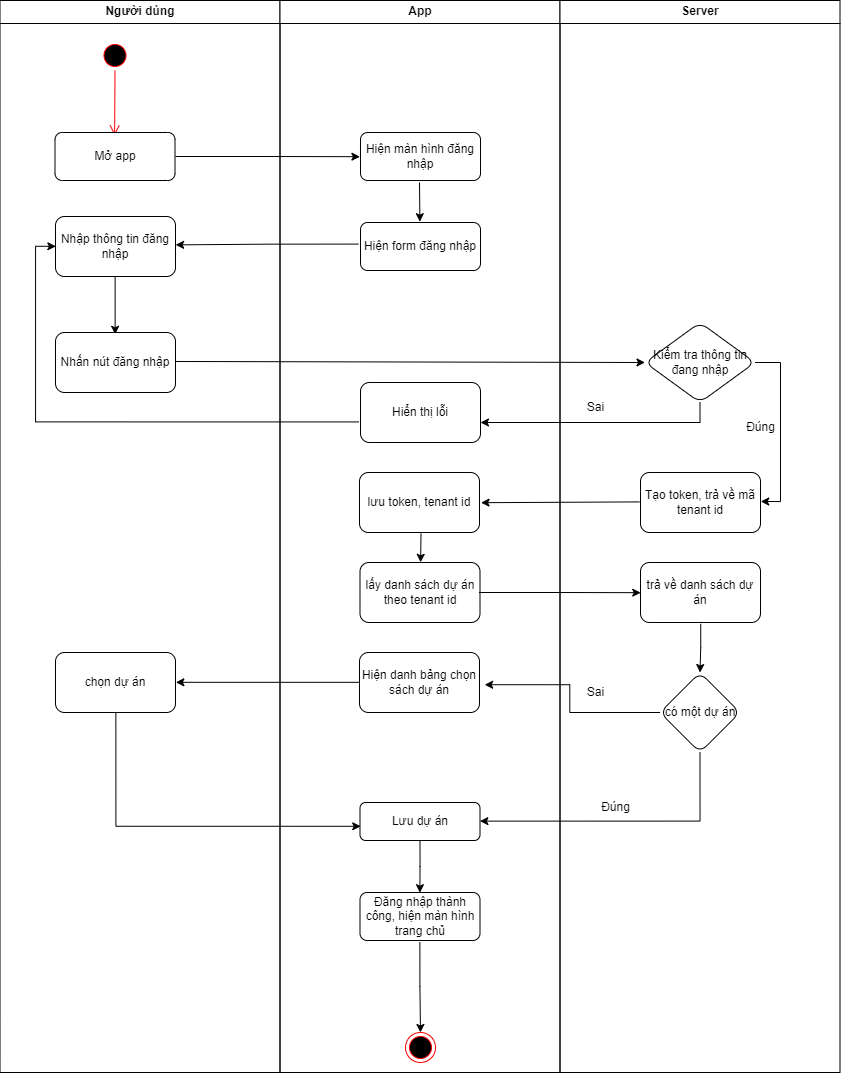
kienndhn/draw-io keeps this draw.io diagram as activity diagram/login activity.drawio.png. Above is the earlier version. Source tidied: cells renumbered, new cells last; positions are measured from the earlier drawing's top-left corner, leaving out a move shared by most shapes. The source it was exported from:
```xml
<mxGraphModel>
  <root>
    <mxCell id="0" />
    <mxCell id="1" parent="0" />
    <mxCell id="2" value="Người dùng" style="swimlane;whiteSpace=wrap;" parent="1" vertex="1">
      <mxGeometry x="0.5" width="280" height="1072" as="geometry" />
    </mxCell>
    <mxCell id="3" style="ellipse;shape=startState;fillColor=#000000;strokeColor=#ff0000;" parent="2" vertex="1">
      <mxGeometry x="100" y="40" width="30" height="30" as="geometry" />
    </mxCell>
    <mxCell id="4" style="edgeStyle=elbowEdgeStyle;elbow=horizontal;verticalAlign=bottom;endArrow=open;endSize=8;strokeColor=#FF0000;endFill=1;rounded=0;" parent="2" edge="1" source="3">
      <mxGeometry x="100" y="40" as="geometry">
        <mxPoint x="115" y="135" as="targetPoint" />
      </mxGeometry>
    </mxCell>
    <mxCell id="5" value="Mở app" style="rounded=1;whiteSpace=wrap;html=1;" parent="2" vertex="1">
      <mxGeometry x="55" y="132" width="120" height="48" as="geometry" />
    </mxCell>
    <mxCell id="6" style="edgeStyle=orthogonalEdgeStyle;rounded=0;jettySize=auto;html=1;entryX=0.497;entryY=0.03;entryDx=0;entryDy=0;entryPerimeter=0;exitX=0.497;exitY=1.003;exitDx=0;exitDy=0;exitPerimeter=0;" parent="2" edge="1" source="7" target="8">
      <mxGeometry relative="1" as="geometry" />
    </mxCell>
    <mxCell id="7" value="Nhập thông tin đăng nhập" style="rounded=1;whiteSpace=wrap;html=1;" parent="2" vertex="1">
      <mxGeometry x="55.5" y="216" width="120" height="60" as="geometry" />
    </mxCell>
    <mxCell id="8" value="Nhấn nút đăng nhập" style="rounded=1;whiteSpace=wrap;html=1;" parent="2" vertex="1">
      <mxGeometry x="55.5" y="332" width="120" height="60" as="geometry" />
    </mxCell>
    <mxCell id="9" value="chọn dự án" style="rounded=1;whiteSpace=wrap;html=1;" parent="2" vertex="1">
      <mxGeometry x="55.5" y="652" width="120" height="60" as="geometry" />
    </mxCell>
    <mxCell id="10" value="App" style="swimlane;whiteSpace=wrap;" parent="1" vertex="1">
      <mxGeometry x="280.5" width="280" height="1072" as="geometry" />
    </mxCell>
    <mxCell id="11" style="edgeStyle=orthogonalEdgeStyle;rounded=0;jettySize=auto;html=1;entryX=0.495;entryY=-0.017;entryDx=0;entryDy=0;entryPerimeter=0;" parent="10" edge="1" target="13">
      <mxGeometry relative="1" as="geometry">
        <mxPoint x="139.5" y="182" as="sourcePoint" />
      </mxGeometry>
    </mxCell>
    <mxCell id="12" value="Hiện màn hình đăng nhập" style="rounded=1;whiteSpace=wrap;html=1;" parent="10" vertex="1">
      <mxGeometry x="80.5" y="132" width="120" height="48" as="geometry" />
    </mxCell>
    <mxCell id="13" value="Hiện form đăng nhập" style="rounded=1;whiteSpace=wrap;html=1;fillColor=rgb(255, 255, 255);strokeColor=rgb(0, 0, 0);fontColor=rgb(0, 0, 0);" parent="10" vertex="1">
      <mxGeometry x="80.5" y="222" width="120" height="48" as="geometry" />
    </mxCell>
    <mxCell id="14" style="edgeStyle=orthogonalEdgeStyle;rounded=0;jettySize=auto;html=1;entryX=0.505;entryY=-0.003;entryDx=0;entryDy=0;entryPerimeter=0;" parent="10" edge="1" target="16">
      <mxGeometry relative="1" as="geometry">
        <mxPoint x="141" y="533" as="sourcePoint" />
      </mxGeometry>
    </mxCell>
    <mxCell id="15" value="lưu token, tenant id" style="rounded=1;whiteSpace=wrap;html=1;" parent="10" vertex="1">
      <mxGeometry x="79.5" y="472" width="120" height="60" as="geometry" />
    </mxCell>
    <mxCell id="16" value="lấy danh sách dự án theo tenant id" style="rounded=1;whiteSpace=wrap;html=1;" parent="10" vertex="1">
      <mxGeometry x="80" y="562" width="120" height="60" as="geometry" />
    </mxCell>
    <mxCell id="17" style="edgeStyle=orthogonalEdgeStyle;rounded=0;jettySize=auto;html=1;entryX=0.499;entryY=0.004;entryDx=0;entryDy=0;entryPerimeter=0;" parent="10" edge="1" source="18" target="19">
      <mxGeometry relative="1" as="geometry" />
    </mxCell>
    <mxCell id="18" value="Lưu dự án" style="rounded=1;whiteSpace=wrap;html=1;" parent="10" vertex="1">
      <mxGeometry x="80" y="802" width="120" height="38" as="geometry" />
    </mxCell>
    <mxCell id="19" value="Đăng nhập thành công, hiện màn hình trang chủ" style="rounded=1;whiteSpace=wrap;html=1;fillColor=rgb(255, 255, 255);strokeColor=rgb(0, 0, 0);fontColor=rgb(0, 0, 0);" parent="10" vertex="1">
      <mxGeometry x="80" y="892" width="120" height="48" as="geometry" />
    </mxCell>
    <mxCell id="20" value="Hiện danh bảng chọn sách dự án" style="rounded=1;whiteSpace=wrap;html=1;" parent="10" vertex="1">
      <mxGeometry x="79.5" y="652" width="120" height="60" as="geometry" />
    </mxCell>
    <mxCell id="21" value="Hiển thị lỗi" style="whiteSpace=wrap;html=1;rounded=1;" parent="10" vertex="1">
      <mxGeometry x="80.5" y="382" width="120" height="60" as="geometry" />
    </mxCell>
    <mxCell id="22" style="ellipse;html=1;shape=endState;fillColor=#000000;strokeColor=#ff0000;rounded=1;" parent="10" vertex="1">
      <mxGeometry x="125.5" y="1032" width="30" height="30" as="geometry" />
    </mxCell>
    <mxCell id="23" style="edgeStyle=orthogonalEdgeStyle;rounded=0;jettySize=auto;html=1;entryX=0.5;entryY=0;entryDx=0;entryDy=0;exitX=0.499;exitY=1.037;exitDx=0;exitDy=0;exitPerimeter=0;" parent="10" edge="1" source="19" target="22">
      <mxGeometry relative="1" as="geometry" />
    </mxCell>
    <mxCell id="24" value="Server" style="swimlane;whiteSpace=wrap;" parent="1" vertex="1">
      <mxGeometry x="560.5" width="280" height="1072" as="geometry" />
    </mxCell>
    <mxCell id="25" style="edgeStyle=orthogonalEdgeStyle;rounded=0;jettySize=auto;html=1;entryX=1.002;entryY=0.483;entryDx=0;entryDy=0;entryPerimeter=0;exitX=1;exitY=0.5;exitDx=0;exitDy=0;" parent="24" edge="1" source="26" target="27">
      <mxGeometry relative="1" as="geometry" />
    </mxCell>
    <mxCell id="26" value="Kiểm tra thông tin đang nhập" style="rhombus;whiteSpace=wrap;html=1;fillColor=rgb(255, 255, 255);strokeColor=rgb(0, 0, 0);fontColor=rgb(0, 0, 0);rounded=1;" parent="24" vertex="1">
      <mxGeometry x="85" y="322" width="110" height="80" as="geometry" />
    </mxCell>
    <mxCell id="27" value="Tạo token, trả về mã tenant id" style="rounded=1;whiteSpace=wrap;html=1;" parent="24" vertex="1">
      <mxGeometry x="80.5" y="472" width="120" height="60" as="geometry" />
    </mxCell>
    <mxCell id="28" value="Đúng" style="text;html=1;align=center;verticalAlign=middle;strokeColor=none;fillColor=none;" parent="24" vertex="1">
      <mxGeometry x="175.5" y="412" width="50" height="30" as="geometry" />
    </mxCell>
    <mxCell id="29" style="edgeStyle=orthogonalEdgeStyle;rounded=0;jettySize=auto;html=1;entryX=0.5;entryY=0;entryDx=0;entryDy=0;exitX=0.502;exitY=1.023;exitDx=0;exitDy=0;exitPerimeter=0;" parent="24" edge="1" source="30" target="31">
      <mxGeometry relative="1" as="geometry" />
    </mxCell>
    <mxCell id="30" value="trả về danh sách dự án" style="rounded=1;whiteSpace=wrap;html=1;" parent="24" vertex="1">
      <mxGeometry x="80.5" y="562" width="120" height="60" as="geometry" />
    </mxCell>
    <mxCell id="31" value="có một dự án" style="rhombus;whiteSpace=wrap;html=1;rounded=1;" parent="24" vertex="1">
      <mxGeometry x="100" y="672" width="80" height="80" as="geometry" />
    </mxCell>
    <mxCell id="32" value="Đúng" style="text;html=1;align=center;verticalAlign=middle;strokeColor=none;fillColor=none;" parent="24" vertex="1">
      <mxGeometry x="30.5" y="792" width="50" height="30" as="geometry" />
    </mxCell>
    <mxCell id="33" value="Sai" style="text;html=1;align=center;verticalAlign=middle;strokeColor=none;fillColor=none;" parent="24" vertex="1">
      <mxGeometry x="15.5" y="392" width="40" height="30" as="geometry" />
    </mxCell>
    <mxCell id="34" style="edgeStyle=orthogonalEdgeStyle;rounded=0;jettySize=auto;html=1;entryX=-0.005;entryY=0.504;entryDx=0;entryDy=0;entryPerimeter=0;" parent="1" edge="1" target="12">
      <mxGeometry relative="1" as="geometry">
        <mxPoint x="176" y="156" as="sourcePoint" />
      </mxGeometry>
    </mxCell>
    <mxCell id="35" style="edgeStyle=orthogonalEdgeStyle;rounded=0;jettySize=auto;html=1;entryX=1.001;entryY=0.473;entryDx=0;entryDy=0;entryPerimeter=0;exitX=-0.018;exitY=0.45;exitDx=0;exitDy=0;exitPerimeter=0;" parent="1" edge="1" source="13" target="7">
      <mxGeometry relative="1" as="geometry" />
    </mxCell>
    <mxCell id="36" style="rounded=0;jettySize=auto;html=1;entryX=0;entryY=0.5;entryDx=0;entryDy=0;exitX=0.997;exitY=0.483;exitDx=0;exitDy=0;exitPerimeter=0;" parent="1" edge="1" source="8" target="26">
      <mxGeometry relative="1" as="geometry" />
    </mxCell>
    <mxCell id="37" style="edgeStyle=none;rounded=0;jettySize=auto;html=1;exitX=-0.007;exitY=0.49;exitDx=0;exitDy=0;exitPerimeter=0;entryX=1.013;entryY=0.503;entryDx=0;entryDy=0;entryPerimeter=0;" parent="1" edge="1" source="27" target="15">
      <mxGeometry relative="1" as="geometry" />
    </mxCell>
    <mxCell id="38" style="edgeStyle=orthogonalEdgeStyle;rounded=0;jettySize=auto;html=1;exitX=0.992;exitY=0.5;exitDx=0;exitDy=0;exitPerimeter=0;entryX=0.002;entryY=0.503;entryDx=0;entryDy=0;entryPerimeter=0;" parent="1" edge="1" source="16" target="30">
      <mxGeometry relative="1" as="geometry" />
    </mxCell>
    <mxCell id="39" style="edgeStyle=orthogonalEdgeStyle;rounded=0;jettySize=auto;html=1;entryX=0.999;entryY=0.49;entryDx=0;entryDy=0;entryPerimeter=0;exitX=0.5;exitY=1;exitDx=0;exitDy=0;" parent="1" edge="1" source="31" target="18">
      <mxGeometry relative="1" as="geometry" />
    </mxCell>
    <mxCell id="40" style="edgeStyle=orthogonalEdgeStyle;rounded=0;jettySize=auto;html=1;exitX=0;exitY=0.5;exitDx=0;exitDy=0;entryX=1.043;entryY=0.537;entryDx=0;entryDy=0;entryPerimeter=0;" parent="1" edge="1" source="31" target="20">
      <mxGeometry relative="1" as="geometry" />
    </mxCell>
    <mxCell id="41" style="edgeStyle=orthogonalEdgeStyle;rounded=0;jettySize=auto;html=1;entryX=1.003;entryY=0.497;entryDx=0;entryDy=0;entryPerimeter=0;exitX=0.003;exitY=0.497;exitDx=0;exitDy=0;exitPerimeter=0;" parent="1" edge="1" source="20" target="9">
      <mxGeometry relative="1" as="geometry" />
    </mxCell>
    <mxCell id="42" style="edgeStyle=orthogonalEdgeStyle;rounded=0;jettySize=auto;html=1;entryX=0.006;entryY=0.626;entryDx=0;entryDy=0;entryPerimeter=0;exitX=0.503;exitY=1.003;exitDx=0;exitDy=0;exitPerimeter=0;" parent="1" edge="1" source="9" target="18">
      <mxGeometry relative="1" as="geometry" />
    </mxCell>
    <mxCell id="43" value="Sai" style="text;html=1;align=center;verticalAlign=middle;strokeColor=none;fillColor=none;" parent="1" vertex="1">
      <mxGeometry x="576" y="677" width="40" height="30" as="geometry" />
    </mxCell>
    <mxCell id="44" style="edgeStyle=orthogonalEdgeStyle;rounded=0;jettySize=auto;html=1;exitX=0.5;exitY=1;exitDx=0;exitDy=0;" parent="1" edge="1" source="26">
      <mxGeometry relative="1" as="geometry">
        <mxPoint x="481" y="422" as="targetPoint" />
        <Array as="points">
          <mxPoint x="701" y="422" />
          <mxPoint x="481" y="422" />
        </Array>
      </mxGeometry>
    </mxCell>
    <mxCell id="45" style="edgeStyle=orthogonalEdgeStyle;rounded=0;jettySize=auto;html=1;entryX=0.003;entryY=0.497;entryDx=0;entryDy=0;entryPerimeter=0;exitX=-0.016;exitY=0.657;exitDx=0;exitDy=0;exitPerimeter=0;" parent="1" edge="1" source="21" target="7">
      <mxGeometry relative="1" as="geometry">
        <Array as="points">
          <mxPoint x="36" y="421" />
          <mxPoint x="36" y="246" />
        </Array>
      </mxGeometry>
    </mxCell>
  </root>
</mxGraphModel>
```
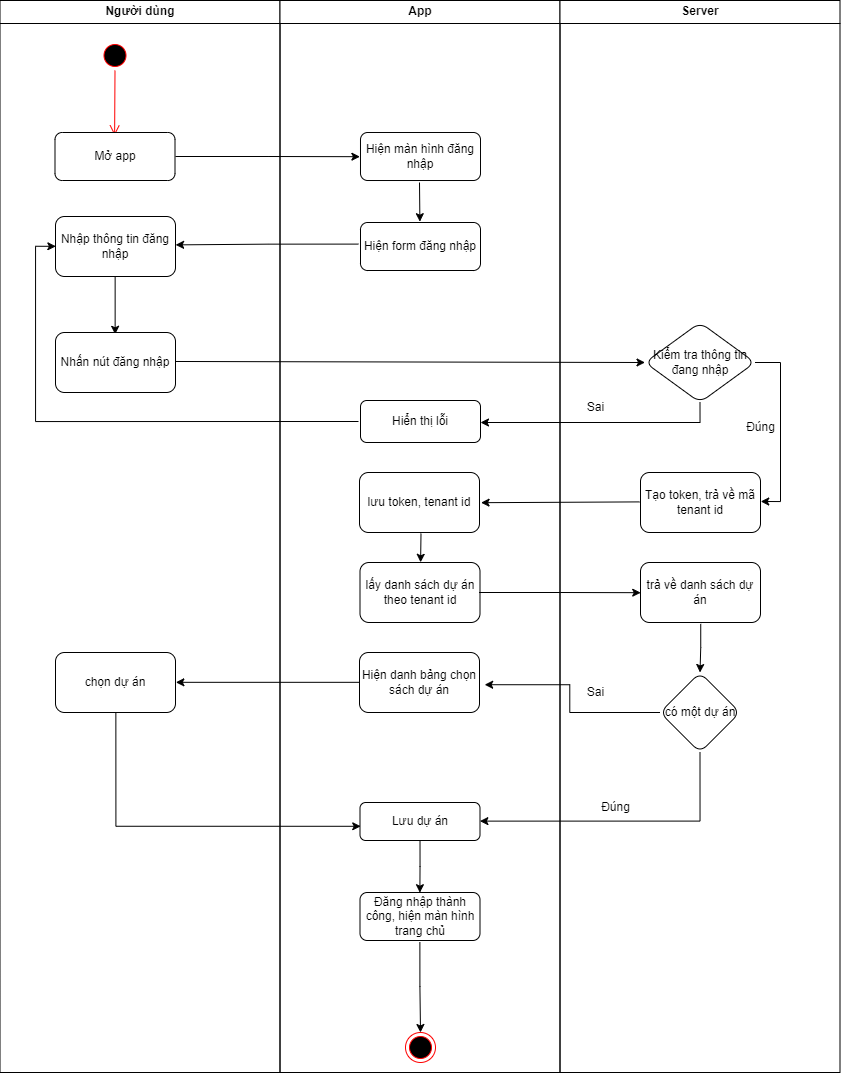
The same diagram one commit later.

Commit message:
Cập nhật login activity.drawio.png

What changed in the source:
```diff
@@ -66,7 +66,7 @@
       <mxGeometry x="79.5" y="652" width="120" height="60" as="geometry" />
     </mxCell>
     <mxCell id="21" value="Hiển thị lỗi" style="whiteSpace=wrap;html=1;rounded=1;" parent="10" vertex="1">
-      <mxGeometry x="80.5" y="382" width="120" height="60" as="geometry" />
+      <mxGeometry x="80.5" y="400" width="120" height="42" as="geometry" />
     </mxCell>
     <mxCell id="22" style="ellipse;html=1;shape=endState;fillColor=#000000;strokeColor=#ff0000;rounded=1;" parent="10" vertex="1">
       <mxGeometry x="125.5" y="1032" width="30" height="30" as="geometry" />
@@ -145,8 +145,9 @@
         </Array>
       </mxGeometry>
     </mxCell>
-    <mxCell id="45" style="edgeStyle=orthogonalEdgeStyle;rounded=0;jettySize=auto;html=1;entryX=0.003;entryY=0.497;entryDx=0;entryDy=0;entryPerimeter=0;exitX=-0.016;exitY=0.657;exitDx=0;exitDy=0;exitPerimeter=0;" parent="1" edge="1" source="21" target="7">
+    <mxCell id="45" style="edgeStyle=orthogonalEdgeStyle;rounded=0;jettySize=auto;html=1;entryX=0.003;entryY=0.497;entryDx=0;entryDy=0;entryPerimeter=0;" parent="1" edge="1" target="7">
       <mxGeometry relative="1" as="geometry">
+        <mxPoint x="359" y="421" as="sourcePoint" />
         <Array as="points">
           <mxPoint x="36" y="421" />
           <mxPoint x="36" y="246" />
```
